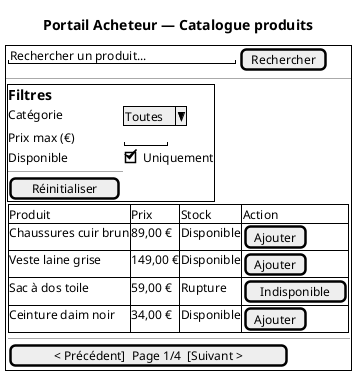
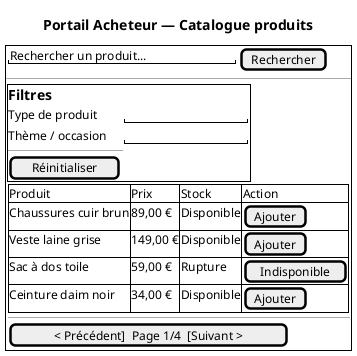
@startsalt
' Composant PA : front-acheteur (Portail Acheteur)
' Fonctions allouées : Service Catalogue — FS-B03 (affichage et filtrage catalogue)
title Portail Acheteur — Catalogue produits

{+
  {
    "Rechercher un produit...    " | [Rechercher]
  }
  --
  {
    {+
      == Filtres
-       Catégorie    | ^Toutes^
-       Prix max (€) | "     "
-       Disponible   | [X] Uniquement
+       Type de produit  | "               "
+       Thème / occasion | "               "
      --
      [Réinitialiser]
    }
    |
    {
      {#
        Produit                  | Prix    | Stock      | Action
        Chaussures cuir brun     | 89,00 € | Disponible | [Ajouter]
        Veste laine grise        | 149,00 €| Disponible | [Ajouter]
        Sac à dos toile          | 59,00 € | Rupture    | [Indisponible]
        Ceinture daim noir       | 34,00 € | Disponible | [Ajouter]
      }
      --
      [< Précédent]  Page 1/4  [Suivant >]
    }
  }
}
@endsalt
